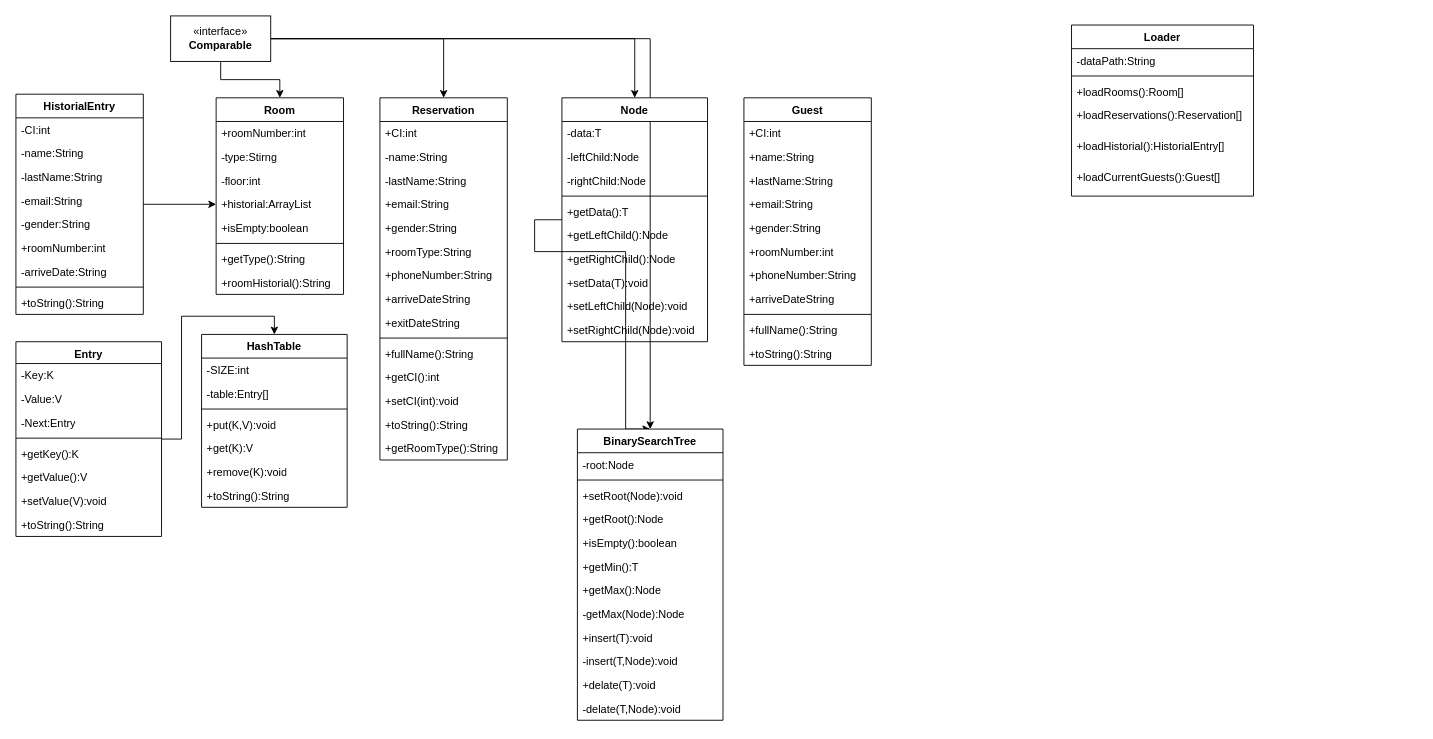
Before: src/Proyecto2.drawio in Santiago-DA/Santiago-DA-Project-EED2, a draw.io diagram. Source tidied: cells renumbered, new cells numbered last; positions are measured from the earlier drawing's top-left corner, leaving out a move shared by most shapes. Both pictures are drawn from the tidied source at 91%, with x=0, y=0 at pixel (15, 15).
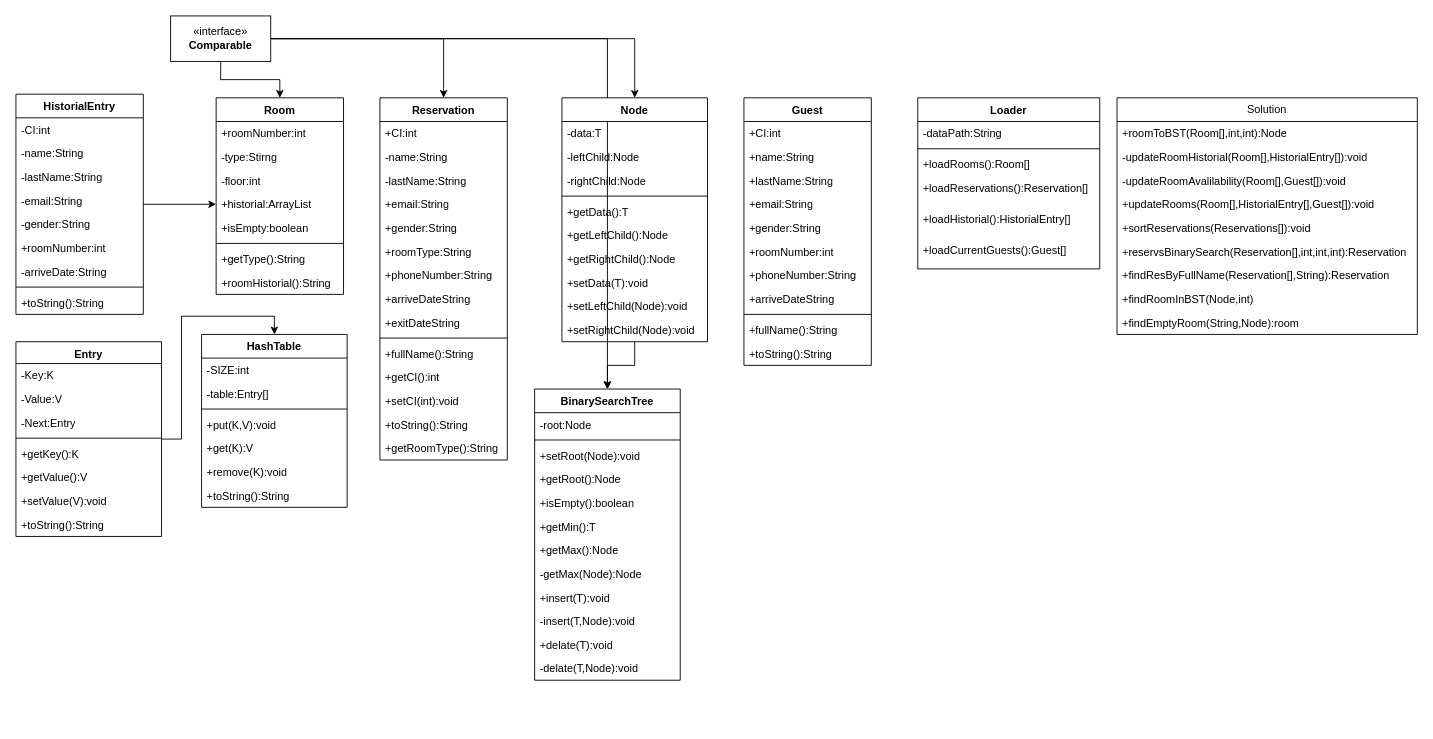
The same page after the edit.

Unchanged cells that the change refers to:
```xml
<mxCell id="40" value="Node" style="swimlane;fontStyle=1;align=center;verticalAlign=top;horizontal=1;startSize=26;whiteSpace=wrap;html=1;" parent="1" vertex="1">
  <mxGeometry x="600" y="90" width="160" height="268" as="geometry" />
</mxCell>
```

What changed in the source:
```diff
@@
     <mxCell id="2" value="Loader" style="swimlane;fontStyle=1;align=center;verticalAlign=top;horizontal=1;startSize=26;whiteSpace=wrap;html=1;" parent="1" vertex="1">
-      <mxGeometry x="1160" y="10" width="200" height="188" as="geometry" />
+      <mxGeometry x="991" y="90" width="200" height="188" as="geometry" />
     </mxCell>
@@
     <mxCell id="39" style="edgeStyle=orthogonalEdgeStyle;rounded=0;jettySize=auto;html=1;entryX=0.5;entryY=0;entryDx=0;entryDy=0;" parent="1" edge="1" source="40" target="92">
-      <mxGeometry relative="1" as="geometry">
-        <Array as="points">
-          <mxPoint x="570" y="224" />
-          <mxPoint x="570" y="259" />
-          <mxPoint x="670" y="259" />
-        </Array>
-      </mxGeometry>
+      <mxGeometry relative="1" as="geometry" />
     </mxCell>
@@
     <mxCell id="92" value="BinarySearchTree" style="swimlane;fontStyle=1;align=center;verticalAlign=top;horizontal=1;startSize=26;whiteSpace=wrap;html=1;" parent="1" vertex="1">
-      <mxGeometry x="617" y="454" width="160" height="320" as="geometry" />
+      <mxGeometry x="570" y="410" width="160" height="320" as="geometry" />
     </mxCell>
@@
+    <mxCell id="105" value="Solution" style="swimlane;fontStyle=0;horizontal=1;startSize=26;fillColor=none;whiteSpace=wrap;html=1;" parent="1" vertex="1">
+      <mxGeometry x="1210" y="90" width="330" height="260" as="geometry" />
+    </mxCell>
+    <mxCell id="106" value="+roomToBST(Room[],int,int):Node" style="text;strokeColor=none;fillColor=none;align=left;verticalAlign=top;spacingLeft=4;spacingRight=4;overflow=hidden;whiteSpace=wrap;html=1;" parent="105" vertex="1">
+      <mxGeometry y="26" width="330" height="26" as="geometry" />
+    </mxCell>
+    <mxCell id="107" value="-updateRoomHistorial(Room[],HistorialEntry[]):void" style="text;strokeColor=none;fillColor=none;align=left;verticalAlign=top;spacingLeft=4;spacingRight=4;overflow=hidden;whiteSpace=wrap;html=1;" parent="105" vertex="1">
+      <mxGeometry y="52" width="330" height="26" as="geometry" />
+    </mxCell>
+    <mxCell id="108" value="-updateRoomAvalilability(Room[],Guest[]):void" style="text;strokeColor=none;fillColor=none;align=left;verticalAlign=top;spacingLeft=4;spacingRight=4;overflow=hidden;whiteSpace=wrap;html=1;" parent="105" vertex="1">
+      <mxGeometry y="78" width="330" height="26" as="geometry" />
+    </mxCell>
+    <mxCell id="109" value="+updateRooms(Room[],HistorialEntry[],Guest[]):void" style="text;strokeColor=none;fillColor=none;align=left;verticalAlign=top;spacingLeft=4;spacingRight=4;overflow=hidden;whiteSpace=wrap;html=1;" parent="105" vertex="1">
+      <mxGeometry y="104" width="330" height="26" as="geometry" />
+    </mxCell>
+    <mxCell id="110" value="+sortReservations(Reservations[]):void" style="text;strokeColor=none;fillColor=none;align=left;verticalAlign=top;spacingLeft=4;spacingRight=4;overflow=hidden;whiteSpace=wrap;html=1;" parent="105" vertex="1">
+      <mxGeometry y="130" width="330" height="26" as="geometry" />
+    </mxCell>
+    <mxCell id="111" value="+reservsBinarySearch(Reservation[],int,int,int):Reservation" style="text;strokeColor=none;fillColor=none;align=left;verticalAlign=top;spacingLeft=4;spacingRight=4;overflow=hidden;whiteSpace=wrap;html=1;" parent="105" vertex="1">
+      <mxGeometry y="156" width="330" height="26" as="geometry" />
+    </mxCell>
+    <mxCell id="112" value="+findResByFullName(Reservation[],String):Reservation" style="text;strokeColor=none;fillColor=none;align=left;verticalAlign=top;spacingLeft=4;spacingRight=4;overflow=hidden;whiteSpace=wrap;html=1;" parent="105" vertex="1">
+      <mxGeometry y="182" width="330" height="26" as="geometry" />
+    </mxCell>
+    <mxCell id="113" value="+findRoomInBST(Node,int)" style="text;strokeColor=none;fillColor=none;align=left;verticalAlign=top;spacingLeft=4;spacingRight=4;overflow=hidden;whiteSpace=wrap;html=1;" parent="105" vertex="1">
+      <mxGeometry y="208" width="330" height="26" as="geometry" />
+    </mxCell>
+    <mxCell id="114" value="+findEmptyRoom(String,Node):room" style="text;strokeColor=none;fillColor=none;align=left;verticalAlign=top;spacingLeft=4;spacingRight=4;overflow=hidden;whiteSpace=wrap;html=1;" parent="105" vertex="1">
+      <mxGeometry y="234" width="330" height="26" as="geometry" />
+    </mxCell>
```
